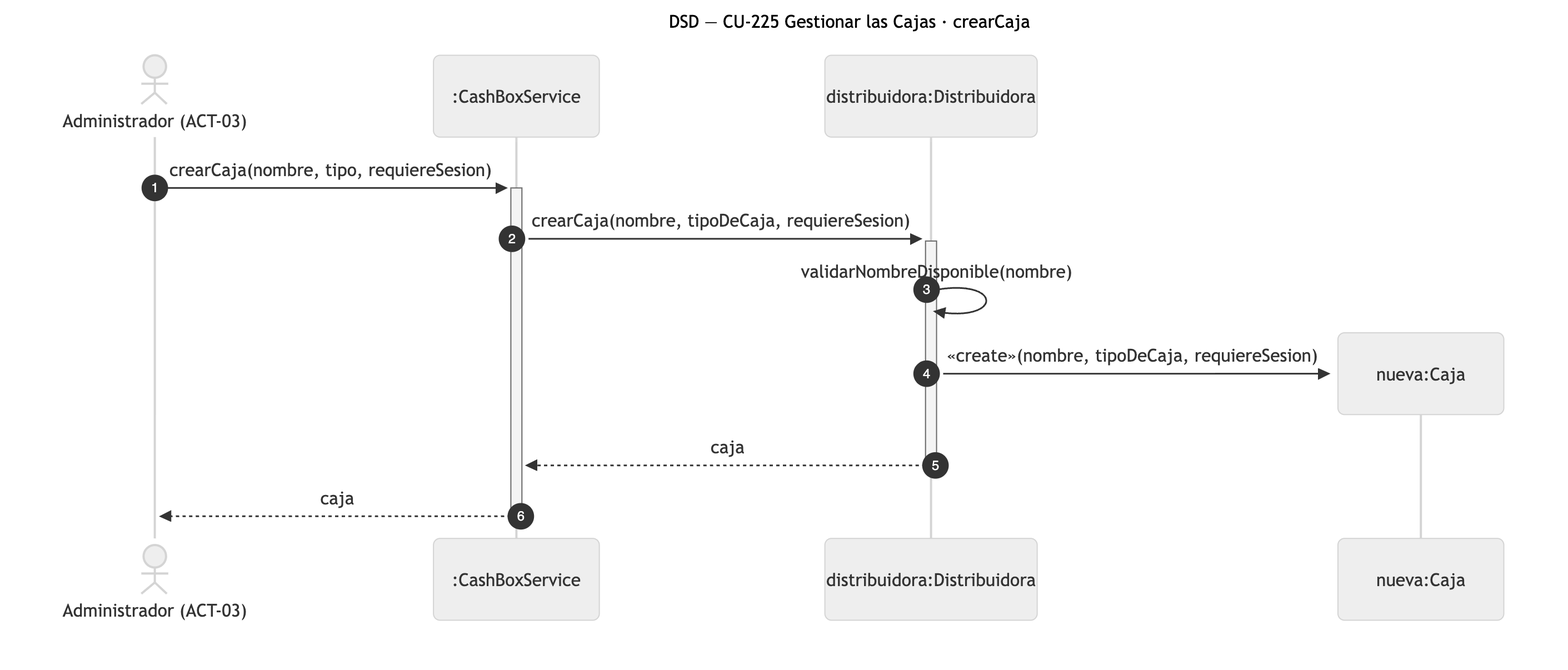
Nahuelito-Dev/splg-docs keeps this Mermaid diagram as diagramas/png/DSD_CU-225_crearCaja.png. Above is the earlier version. Its source is kept beside it as diagramas/DSD_CU-225_crearCaja.mmd.
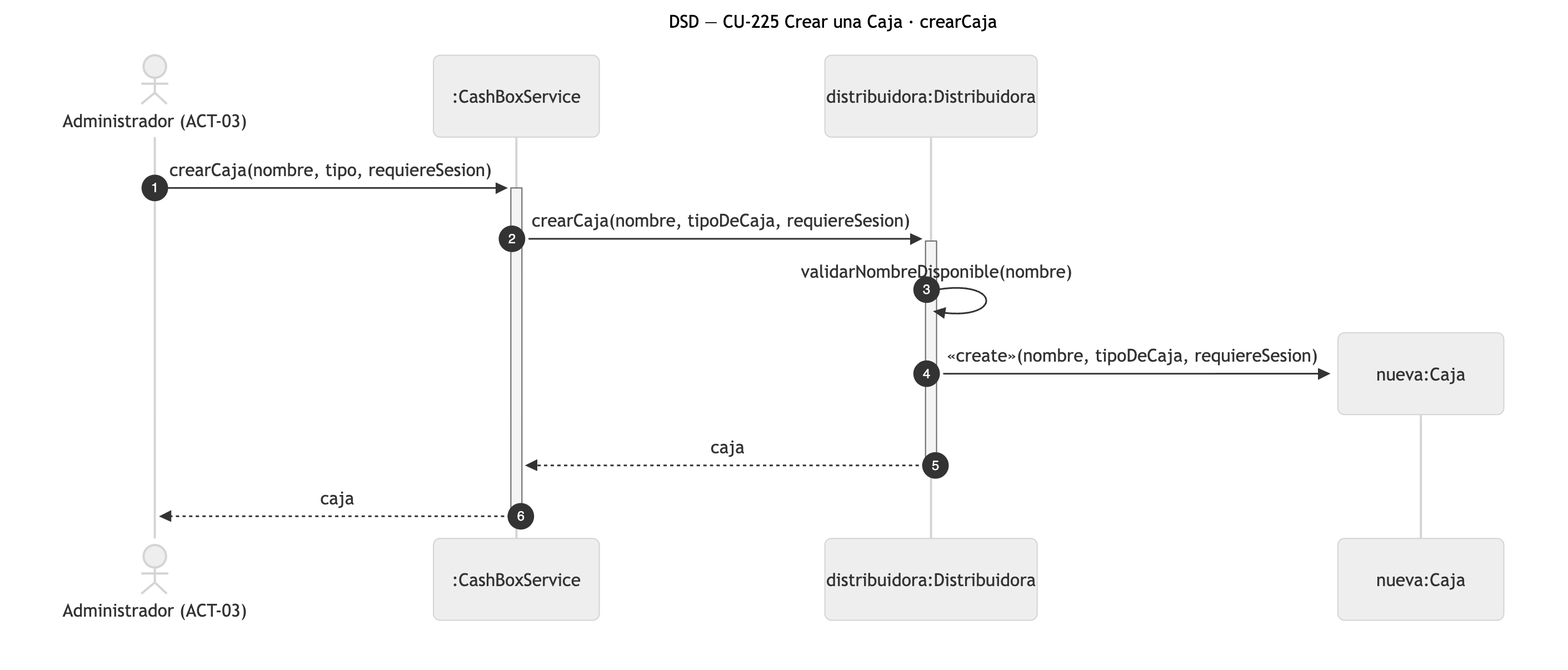
Later version of the same file.

Change to the diagram source:
```diff
@@ -1,5 +1,5 @@
 sequenceDiagram
-    title DSD — CU-225 Gestionar las Cajas · crearCaja
+    title DSD — CU-225 Crear una Caja · crearCaja
     autonumber
     actor ADM as Administrador (ACT-03)
     participant SRV as :CashBoxService
```
